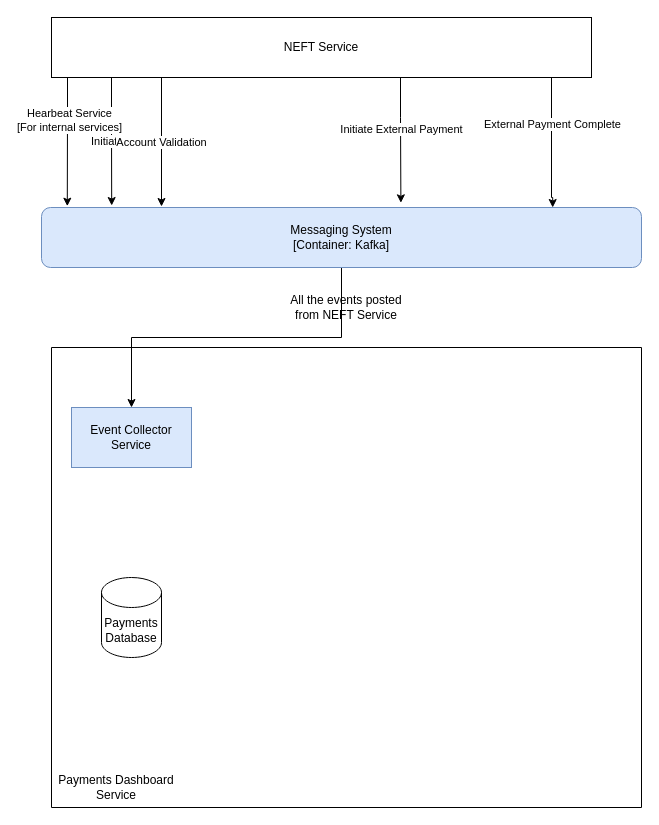
Before: Payments Dashboard Component Diagram.drawio in dinesh-i/payment-business-dashboard, a draw.io diagram. Source tidied: cells renumbered, new cells numbered last; positions are measured from the earlier drawing's top-left corner, leaving out a move shared by most shapes. Both pictures are drawn from the tidied source at 100%, with x=0, y=0 at pixel (41, 17).
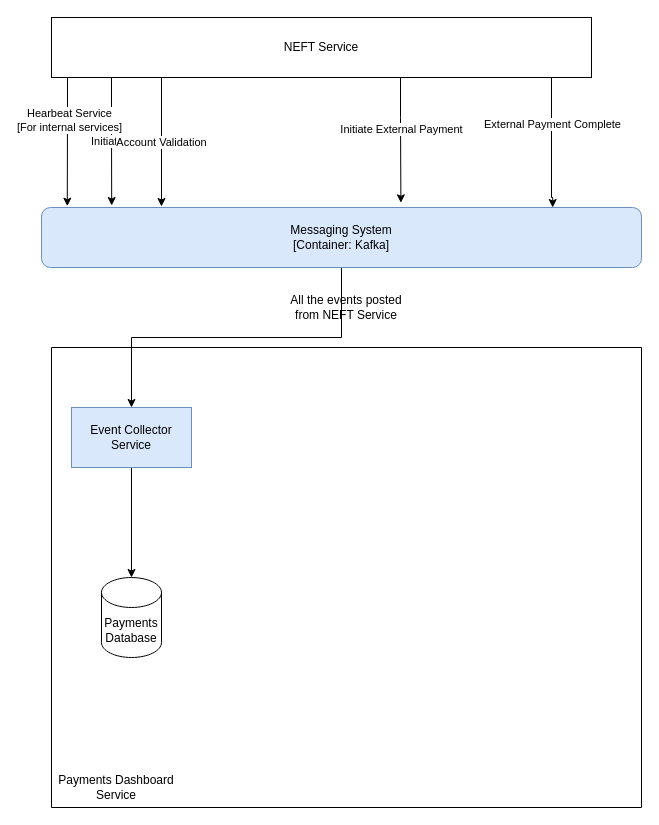
The same diagram, later.

The change refers to these unchanged cells:
```xml
<mxCell id="13" style="swimlane;startSize=0;" parent="1" vertex="1">
  <mxGeometry x="10" y="330" width="590" height="460" as="geometry" />
</mxCell>
<mxCell id="14" value="Event Collector Service" style="rounded=0;whiteSpace=wrap;html=1;fillColor=#dae8fc;strokeColor=#6c8ebf;" parent="13" vertex="1">
  <mxGeometry x="20" y="60" width="120" height="60" as="geometry" />
</mxCell>
<mxCell id="15" value="Payments Database" style="shape=cylinder3;whiteSpace=wrap;html=1;boundedLbl=1;backgroundOutline=1;size=15;" parent="13" vertex="1">
  <mxGeometry x="50" y="230" width="60" height="80" as="geometry" />
</mxCell>
```

Change to the diagram source:
```diff
@@
+    <mxCell id="18" style="edgeStyle=orthogonalEdgeStyle;rounded=0;jettySize=auto;html=1;entryX=0.5;entryY=0;entryDx=0;entryDy=0;entryPerimeter=0;" parent="13" edge="1" source="14" target="15">
+      <mxGeometry relative="1" as="geometry" />
+    </mxCell>
```
